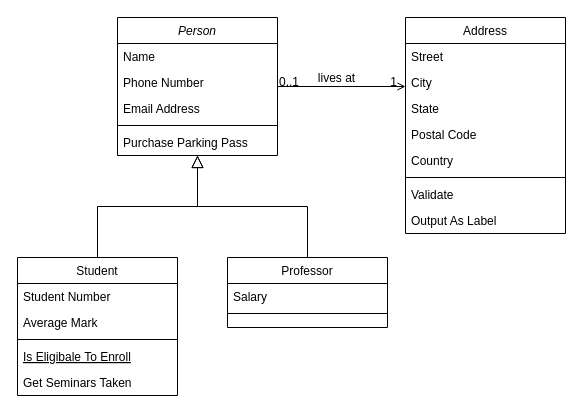
The draw.io diagram StrategyPattern.drawio in mikeharris-github/SE450-JPaint, before the edit. Source tidied: cells renumbered, new cells numbered last; positions are measured from the earlier drawing's top-left corner, leaving out a move shared by most shapes. Both pictures are drawn from the tidied source at 100%, with x=0, y=0 at pixel (17, 17).
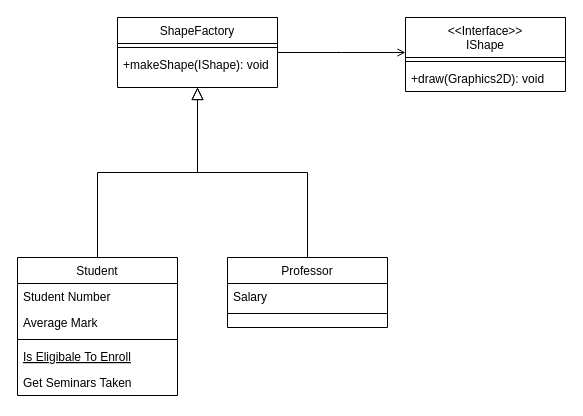
The same diagram, later.

The change refers to these unchanged cells:
```xml
<mxCell id="28" style="endArrow=open;shadow=0;strokeWidth=1;rounded=0;endFill=1;edgeStyle=elbowEdgeStyle;elbow=vertical;" parent="1" edge="1" source="2" target="19">
  <mxGeometry x="0.5" y="41" relative="1" as="geometry">
    <mxPoint x="-40" y="32" as="offset" />
  </mxGeometry>
</mxCell>
```

The edit, as a diff of the source:
```diff
@@
-    <mxCell id="2" value="Person" style="swimlane;fontStyle=2;align=center;verticalAlign=top;horizontal=1;startSize=26;rounded=0;shadow=0;strokeWidth=1;" parent="1" vertex="1">
-      <mxGeometry x="100" width="160" height="138" as="geometry" />
+    <mxCell id="2" value="ShapeFactory" style="swimlane;fontStyle=0;align=center;verticalAlign=top;horizontal=1;startSize=26;rounded=0;shadow=0;strokeWidth=1;" parent="1" vertex="1">
+      <mxGeometry x="100" width="160" height="70" as="geometry" />
     </mxCell>
-    <mxCell id="3" value="Name" style="text;align=left;verticalAlign=top;spacingLeft=4;spacingRight=4;overflow=hidden;" parent="2" vertex="1">
-      <mxGeometry y="26" width="160" height="26" as="geometry" />
-    </mxCell>
-    <mxCell id="4" value="Phone Number" style="text;align=left;verticalAlign=top;spacingLeft=4;spacingRight=4;overflow=hidden;rounded=0;shadow=0;html=0;" parent="2" vertex="1">
-      <mxGeometry y="52" width="160" height="26" as="geometry" />
-    </mxCell>
-    <mxCell id="5" value="Email Address" style="text;align=left;verticalAlign=top;spacingLeft=4;spacingRight=4;overflow=hidden;rounded=0;shadow=0;html=0;" parent="2" vertex="1">
-      <mxGeometry y="78" width="160" height="26" as="geometry" />
-    </mxCell>
     <mxCell id="6" style="line;html=1;strokeWidth=1;align=left;verticalAlign=middle;spacingTop=-1;spacingLeft=3;spacingRight=3;labelPosition=right;" parent="2" vertex="1">
-      <mxGeometry y="104" width="160" height="8" as="geometry" />
+      <mxGeometry y="26" width="160" height="8" as="geometry" />
     </mxCell>
-    <mxCell id="7" value="Purchase Parking Pass" style="text;align=left;verticalAlign=top;spacingLeft=4;spacingRight=4;overflow=hidden;" parent="2" vertex="1">
-      <mxGeometry y="112" width="160" height="26" as="geometry" />
+    <mxCell id="7" value="+makeShape(IShape): void" style="text;align=left;verticalAlign=top;spacingLeft=4;spacingRight=4;overflow=hidden;" parent="2" vertex="1">
+      <mxGeometry y="34" width="160" height="26" as="geometry" />
     </mxCell>
@@
-    <mxCell id="19" value="Address" style="swimlane;fontStyle=0;align=center;verticalAlign=top;horizontal=1;startSize=26;rounded=0;shadow=0;strokeWidth=1;" parent="1" vertex="1">
-      <mxGeometry x="388" width="160" height="216" as="geometry" />
+    <mxCell id="19" value="&lt;&lt;Interface&gt;&gt;&#10;IShape" style="swimlane;fontStyle=0;align=center;verticalAlign=top;horizontal=1;startSize=40;rounded=0;shadow=0;strokeWidth=1;" parent="1" vertex="1">
+      <mxGeometry x="388" width="160" height="74" as="geometry" />
     </mxCell>
-    <mxCell id="20" value="Street" style="text;align=left;verticalAlign=top;spacingLeft=4;spacingRight=4;overflow=hidden;" parent="19" vertex="1">
-      <mxGeometry y="26" width="160" height="26" as="geometry" />
-    </mxCell>
-    <mxCell id="21" value="City" style="text;align=left;verticalAlign=top;spacingLeft=4;spacingRight=4;overflow=hidden;rounded=0;shadow=0;html=0;" parent="19" vertex="1">
-      <mxGeometry y="52" width="160" height="26" as="geometry" />
-    </mxCell>
-    <mxCell id="22" value="State" style="text;align=left;verticalAlign=top;spacingLeft=4;spacingRight=4;overflow=hidden;rounded=0;shadow=0;html=0;" parent="19" vertex="1">
-      <mxGeometry y="78" width="160" height="26" as="geometry" />
-    </mxCell>
-    <mxCell id="23" value="Postal Code" style="text;align=left;verticalAlign=top;spacingLeft=4;spacingRight=4;overflow=hidden;rounded=0;shadow=0;html=0;" parent="19" vertex="1">
-      <mxGeometry y="104" width="160" height="26" as="geometry" />
-    </mxCell>
-    <mxCell id="24" value="Country" style="text;align=left;verticalAlign=top;spacingLeft=4;spacingRight=4;overflow=hidden;rounded=0;shadow=0;html=0;" parent="19" vertex="1">
-      <mxGeometry y="130" width="160" height="26" as="geometry" />
-    </mxCell>
     <mxCell id="25" style="line;html=1;strokeWidth=1;align=left;verticalAlign=middle;spacingTop=-1;spacingLeft=3;spacingRight=3;labelPosition=right;" parent="19" vertex="1">
-      <mxGeometry y="156" width="160" height="8" as="geometry" />
+      <mxGeometry y="40" width="160" height="8" as="geometry" />
     </mxCell>
-    <mxCell id="26" value="Validate" style="text;align=left;verticalAlign=top;spacingLeft=4;spacingRight=4;overflow=hidden;" parent="19" vertex="1">
-      <mxGeometry y="164" width="160" height="26" as="geometry" />
+    <mxCell id="26" value="+draw(Graphics2D): void" style="text;align=left;verticalAlign=top;spacingLeft=4;spacingRight=4;overflow=hidden;" parent="19" vertex="1">
+      <mxGeometry y="48" width="160" height="26" as="geometry" />
     </mxCell>
-    <mxCell id="27" value="Output As Label" style="text;align=left;verticalAlign=top;spacingLeft=4;spacingRight=4;overflow=hidden;" parent="19" vertex="1">
-      <mxGeometry y="190" width="160" height="26" as="geometry" />
-    </mxCell>
@@
-    <mxCell id="29" value="0..1" style="align=left;verticalAlign=bottom;labelBackgroundColor=none;fontSize=12;" parent="28" vertex="1">
-      <mxGeometry x="-1" relative="1" as="geometry">
-        <mxPoint y="4" as="offset" />
-      </mxGeometry>
-    </mxCell>
-    <mxCell id="30" value="1" style="align=right;verticalAlign=bottom;labelBackgroundColor=none;fontSize=12;" parent="28" vertex="1">
-      <mxGeometry x="1" relative="1" as="geometry">
-        <mxPoint x="-7" y="4" as="offset" />
-      </mxGeometry>
-    </mxCell>
-    <mxCell id="31" value="lives at" style="text;html=1;align=center;verticalAlign=middle;labelBackgroundColor=none;rounded=0;shadow=0;strokeWidth=1;fontSize=12;" parent="28" vertex="1">
-      <mxGeometry x="0.5" y="49" relative="1" as="geometry">
-        <mxPoint x="-38" y="40" as="offset" />
-      </mxGeometry>
-    </mxCell>
```
